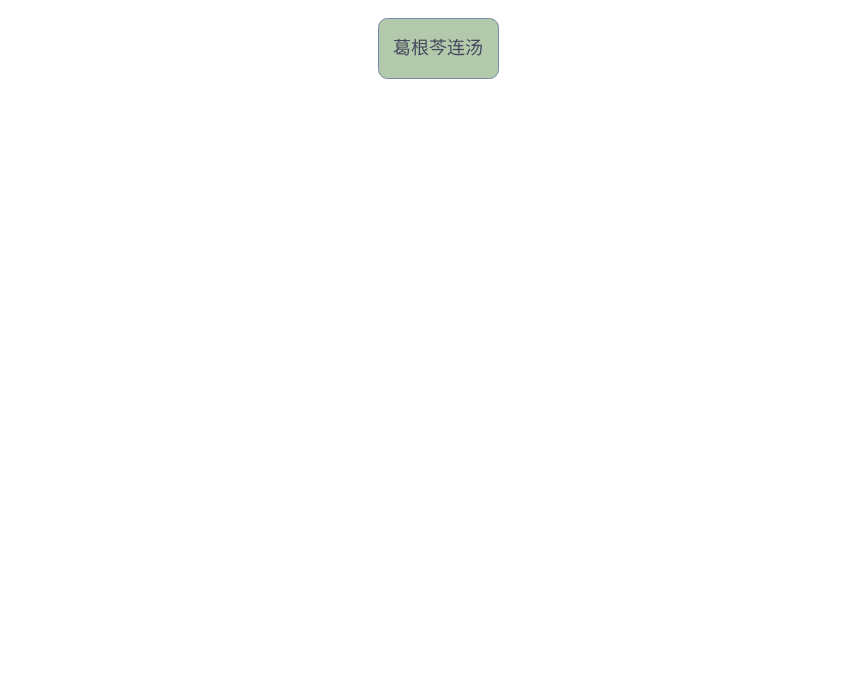
Before: Untitled Diagram.drawio in wlplily/Dream13, a draw.io diagram. Source tidied: cells renumbered, new cells numbered last; positions are measured from the earlier drawing's top-left corner, leaving out a move shared by most shapes. Both pictures are drawn from the tidied source at 100%, with x=0, y=0 at pixel (378, 18).
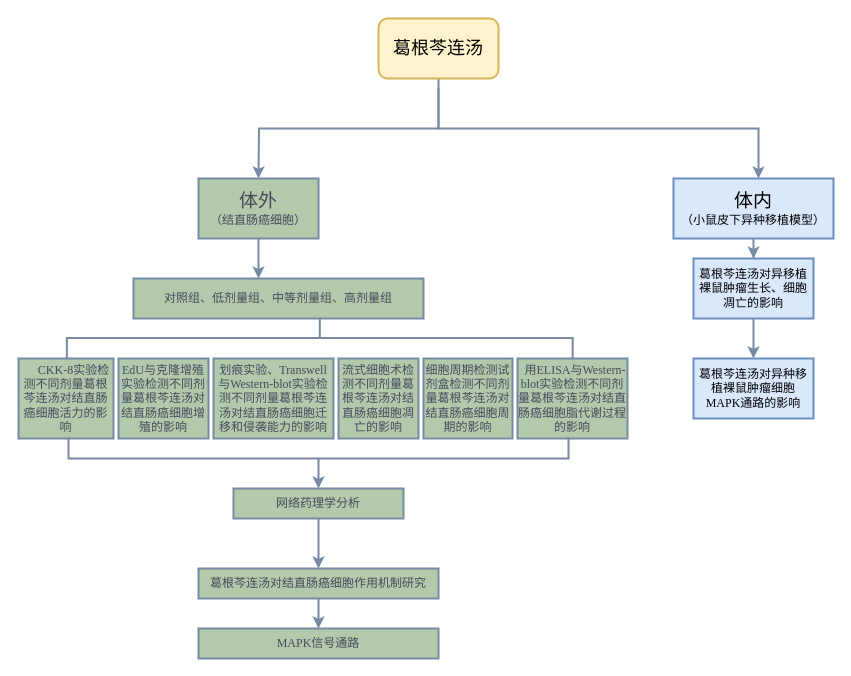
After the change.

The edit, as a diff of the source:
```diff
@@
+    <mxCell id="3" style="edgeStyle=orthogonalEdgeStyle;rounded=0;orthogonalLoop=1;jettySize=auto;html=1;strokeColor=#788AA3;fontColor=#46495D;fillColor=#B2C9AB;strokeWidth=2;fontFamily=Times New Roman;" parent="1" edge="1">
+      <mxGeometry relative="1" as="geometry">
+        <mxPoint x="60" y="70" as="sourcePoint" />
+        <mxPoint x="380" y="160" as="targetPoint" />
+        <Array as="points">
+          <mxPoint x="180" y="110" />
+          <mxPoint x="381" y="110" />
+        </Array>
+      </mxGeometry>
+    </mxCell>
+    <mxCell id="4" style="edgeStyle=orthogonalEdgeStyle;rounded=0;jettySize=auto;html=1;exitX=0.5;exitY=1;exitDx=0;exitDy=0;strokeColor=#788AA3;fontColor=#46495D;fillColor=#B2C9AB;strokeWidth=2;fontFamily=Times New Roman;" parent="1" edge="1" source="2">
+      <mxGeometry relative="1" as="geometry">
+        <mxPoint x="-120" y="160" as="targetPoint" />
+      </mxGeometry>
+    </mxCell>
-    <mxCell id="2" value="&lt;font style=&quot;font-size: 18px;&quot;&gt;葛根芩连汤&lt;/font&gt;" style="rounded=1;whiteSpace=wrap;html=1;labelBackgroundColor=none;fillColor=#B2C9AB;strokeColor=#788AA3;fontColor=#46495D;" parent="1" vertex="1">
+    <mxCell id="2" value="&lt;font style=&quot;font-size: 18px;&quot;&gt;葛根芩连汤&lt;/font&gt;" style="rounded=1;whiteSpace=wrap;html=1;labelBackgroundColor=none;fillColor=#fff2cc;strokeColor=#d6b656;fontFamily=Times New Roman;strokeWidth=2;" parent="1" vertex="1">
       <mxGeometry width="120" height="60" as="geometry" />
     </mxCell>
+    <mxCell id="5" style="edgeStyle=orthogonalEdgeStyle;rounded=0;jettySize=auto;html=1;exitX=0.5;exitY=1;exitDx=0;exitDy=0;strokeColor=#788AA3;fontColor=#46495D;fillColor=#B2C9AB;strokeWidth=2;fontFamily=Times New Roman;" parent="1" edge="1" source="6">
+      <mxGeometry relative="1" as="geometry">
+        <mxPoint x="-120" y="260" as="targetPoint" />
+      </mxGeometry>
+    </mxCell>
+    <mxCell id="6" value="&lt;font style=&quot;font-size: 19px;&quot;&gt;体外&lt;/font&gt;&lt;br&gt;（结直肠癌细胞）" style="rounded=0;whiteSpace=wrap;html=1;strokeColor=#788AA3;fontColor=#46495D;fillColor=#B2C9AB;fontFamily=Times New Roman;strokeWidth=2;" parent="1" vertex="1">
+      <mxGeometry x="-180" y="160" width="120" height="60" as="geometry" />
+    </mxCell>
+    <mxCell id="7" style="edgeStyle=orthogonalEdgeStyle;rounded=0;jettySize=auto;html=1;strokeColor=#788AA3;fontColor=#46495D;fillColor=#B2C9AB;fontFamily=Times New Roman;strokeWidth=2;" parent="1" edge="1" source="8" target="25">
+      <mxGeometry relative="1" as="geometry" />
+    </mxCell>
+    <mxCell id="8" value="&lt;font style=&quot;font-size: 19px;&quot;&gt;体内&lt;/font&gt;&lt;br&gt;（小鼠皮下异种移植模型）" style="rounded=0;whiteSpace=wrap;html=1;strokeColor=#6c8ebf;fillColor=#dae8fc;fontFamily=Times New Roman;strokeWidth=2;" parent="1" vertex="1">
+      <mxGeometry x="295" y="160" width="160" height="60" as="geometry" />
+    </mxCell>
+    <mxCell id="9" value="对照组、低剂量组、中等剂量组、高剂量组" style="rounded=0;whiteSpace=wrap;html=1;strokeColor=#788AA3;fontColor=#46495D;fillColor=#B2C9AB;fontFamily=Times New Roman;strokeWidth=2;" parent="1" vertex="1">
+      <mxGeometry x="-245" y="260" width="290" height="40" as="geometry" />
+    </mxCell>
+    <mxCell id="10" value="&lt;div style=&quot;text-indent: 16.0667px;&quot;&gt;CKK-8实验检测不同剂量葛根芩连汤对结直肠癌细胞活力的影响&lt;/div&gt;" style="rounded=0;whiteSpace=wrap;html=1;strokeColor=#788AA3;fontColor=#46495D;fillColor=#B2C9AB;fontFamily=Times New Roman;strokeWidth=2;" parent="1" vertex="1">
+      <mxGeometry x="-360" y="340" width="95" height="80" as="geometry" />
+    </mxCell>
+    <mxCell id="11" value="EdU与克隆增殖实验检测不同剂量葛根芩连汤对结直肠癌细胞增殖的影响" style="rounded=0;whiteSpace=wrap;html=1;strokeColor=#788AA3;fontColor=#46495D;fillColor=#B2C9AB;fontFamily=Times New Roman;strokeWidth=2;" parent="1" vertex="1">
+      <mxGeometry x="-260" y="340" width="90" height="80" as="geometry" />
+    </mxCell>
+    <mxCell id="12" value="划痕实验、Transwell与Western-blot实验检测不同剂量葛根芩连汤对结直肠癌细胞迁移和侵袭能力的影响" style="rounded=0;whiteSpace=wrap;html=1;strokeColor=#788AA3;fontColor=#46495D;fillColor=#B2C9AB;fontFamily=Times New Roman;strokeWidth=2;" parent="1" vertex="1">
+      <mxGeometry x="-165" y="340" width="120" height="80" as="geometry" />
+    </mxCell>
+    <mxCell id="13" value="流式细胞术检测不同剂量葛根芩连汤对结直肠癌细胞凋亡的影响" style="rounded=0;whiteSpace=wrap;html=1;strokeColor=#788AA3;fontColor=#46495D;fillColor=#B2C9AB;fontFamily=Times New Roman;strokeWidth=2;" parent="1" vertex="1">
+      <mxGeometry x="-40" y="340" width="80" height="80" as="geometry" />
+    </mxCell>
+    <mxCell id="14" value="细胞周期检测试剂盒检测不同剂量葛根芩连汤对结直肠癌细胞周期的影响" style="rounded=0;whiteSpace=wrap;html=1;strokeColor=#788AA3;fontColor=#46495D;fillColor=#B2C9AB;fontFamily=Times New Roman;strokeWidth=2;" parent="1" vertex="1">
+      <mxGeometry x="45" y="340" width="89" height="80" as="geometry" />
+    </mxCell>
+    <mxCell id="15" value="&amp;nbsp;&amp;nbsp;用ELISA与Western-blot实验检测不同剂量葛根芩连汤对结直肠癌细胞脂代谢过程的影响" style="rounded=0;whiteSpace=wrap;html=1;strokeColor=#788AA3;fontColor=#46495D;fillColor=#B2C9AB;fontFamily=Times New Roman;strokeWidth=2;" parent="1" vertex="1">
+      <mxGeometry x="139" y="340" width="110" height="80" as="geometry" />
+    </mxCell>
+    <mxCell id="16" style="strokeWidth=2;html=1;shape=mxgraph.flowchart.annotation_2;align=left;labelPosition=right;strokeColor=#788AA3;fontColor=#46495D;fillColor=#B2C9AB;rotation=90;fontFamily=Times New Roman;" parent="1" vertex="1">
+      <mxGeometry x="-79.2" y="66.6" width="41" height="505.8" as="geometry" />
+    </mxCell>
+    <mxCell id="17" style="edgeStyle=orthogonalEdgeStyle;rounded=0;jettySize=auto;html=1;strokeColor=#788AA3;fontColor=#46495D;fillColor=#B2C9AB;strokeWidth=2;fontFamily=Times New Roman;" parent="1" edge="1" source="18">
+      <mxGeometry relative="1" as="geometry">
+        <mxPoint x="-60" y="470" as="targetPoint" />
+      </mxGeometry>
+    </mxCell>
+    <mxCell id="18" style="shape=partialRectangle;whiteSpace=wrap;html=1;bottom=1;right=1;left=1;top=0;fillColor=none;routingCenterX=-0.5;strokeColor=#788AA3;fontColor=#46495D;strokeWidth=2;fontFamily=Times New Roman;" parent="1" vertex="1">
+      <mxGeometry x="-310" y="420" width="500" height="20" as="geometry" />
+    </mxCell>
+    <mxCell id="19" style="edgeStyle=orthogonalEdgeStyle;rounded=0;jettySize=auto;html=1;strokeColor=#788AA3;fontColor=#46495D;fillColor=#B2C9AB;strokeWidth=2;fontFamily=Times New Roman;" parent="1" edge="1" source="20" target="22">
+      <mxGeometry relative="1" as="geometry" />
+    </mxCell>
+    <mxCell id="20" value="网络药理学分析" style="rounded=0;whiteSpace=wrap;html=1;strokeColor=#788AA3;fontColor=#46495D;fillColor=#B2C9AB;fontFamily=Times New Roman;strokeWidth=2;" parent="1" vertex="1">
+      <mxGeometry x="-145" y="470" width="170" height="30" as="geometry" />
+    </mxCell>
+    <mxCell id="21" style="edgeStyle=orthogonalEdgeStyle;rounded=0;jettySize=auto;html=1;strokeColor=#788AA3;fontColor=#46495D;fillColor=#B2C9AB;strokeWidth=2;fontFamily=Times New Roman;" parent="1" edge="1" source="22" target="23">
+      <mxGeometry relative="1" as="geometry" />
+    </mxCell>
+    <mxCell id="22" value="葛根芩连汤对结直肠癌细胞作用机制研究" style="rounded=0;whiteSpace=wrap;html=1;strokeColor=#788AA3;fontColor=#46495D;fillColor=#B2C9AB;fontFamily=Times New Roman;strokeWidth=2;" parent="1" vertex="1">
+      <mxGeometry x="-180" y="550" width="240" height="30" as="geometry" />
+    </mxCell>
+    <mxCell id="23" value="MAPK信号通路" style="rounded=0;whiteSpace=wrap;html=1;strokeColor=#788AA3;fontColor=#46495D;fillColor=#B2C9AB;fontFamily=Times New Roman;strokeWidth=2;" parent="1" vertex="1">
+      <mxGeometry x="-180" y="610" width="240" height="30" as="geometry" />
+    </mxCell>
+    <mxCell id="24" style="edgeStyle=orthogonalEdgeStyle;rounded=0;jettySize=auto;html=1;strokeColor=#788AA3;fontColor=#46495D;fillColor=#B2C9AB;fontFamily=Times New Roman;strokeWidth=2;" parent="1" edge="1" source="25" target="26">
+      <mxGeometry relative="1" as="geometry" />
+    </mxCell>
+    <mxCell id="25" value="葛根芩连汤对异移植裸鼠肿瘤生长、细胞凋亡的影响" style="whiteSpace=wrap;html=1;fillColor=#dae8fc;strokeColor=#6c8ebf;rounded=0;fontFamily=Times New Roman;strokeWidth=2;" parent="1" vertex="1">
+      <mxGeometry x="315" y="240" width="120" height="60" as="geometry" />
+    </mxCell>
+    <mxCell id="26" value="葛根芩连汤对异种移植裸鼠肿瘤细胞MAPK通路的影响" style="whiteSpace=wrap;html=1;fillColor=#dae8fc;strokeColor=#6c8ebf;rounded=0;fontFamily=Times New Roman;strokeWidth=2;" parent="1" vertex="1">
+      <mxGeometry x="315" y="340" width="120" height="60" as="geometry" />
+    </mxCell>
```
